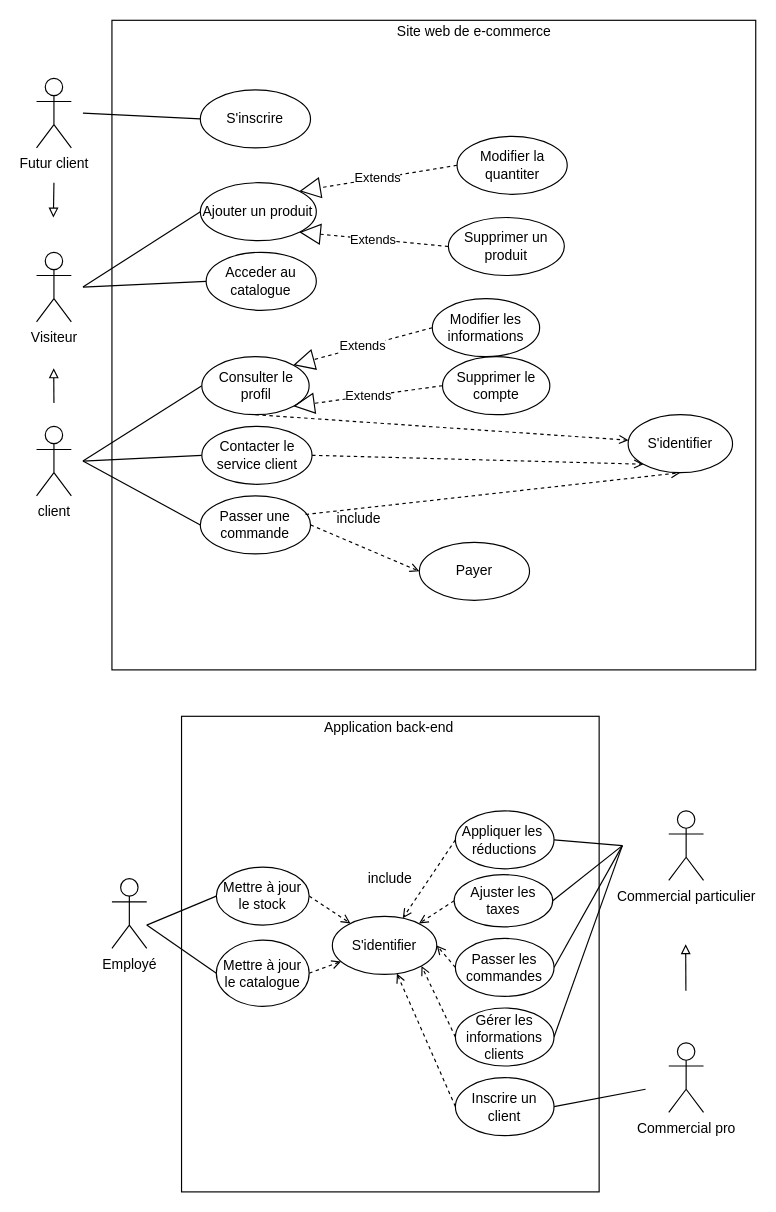
The draw.io diagram DOCS/UML/DrawIO/1 - UseCaseDiagram.drawio in anaviktoriv/CDA_20046-1, before the edit. Source tidied: cells renumbered, new cells numbered last; positions are measured from the earlier drawing's top-left corner, leaving out a move shared by most shapes. Both pictures are drawn from the tidied source at 116%, with x=0, y=0 at pixel (36, 20).
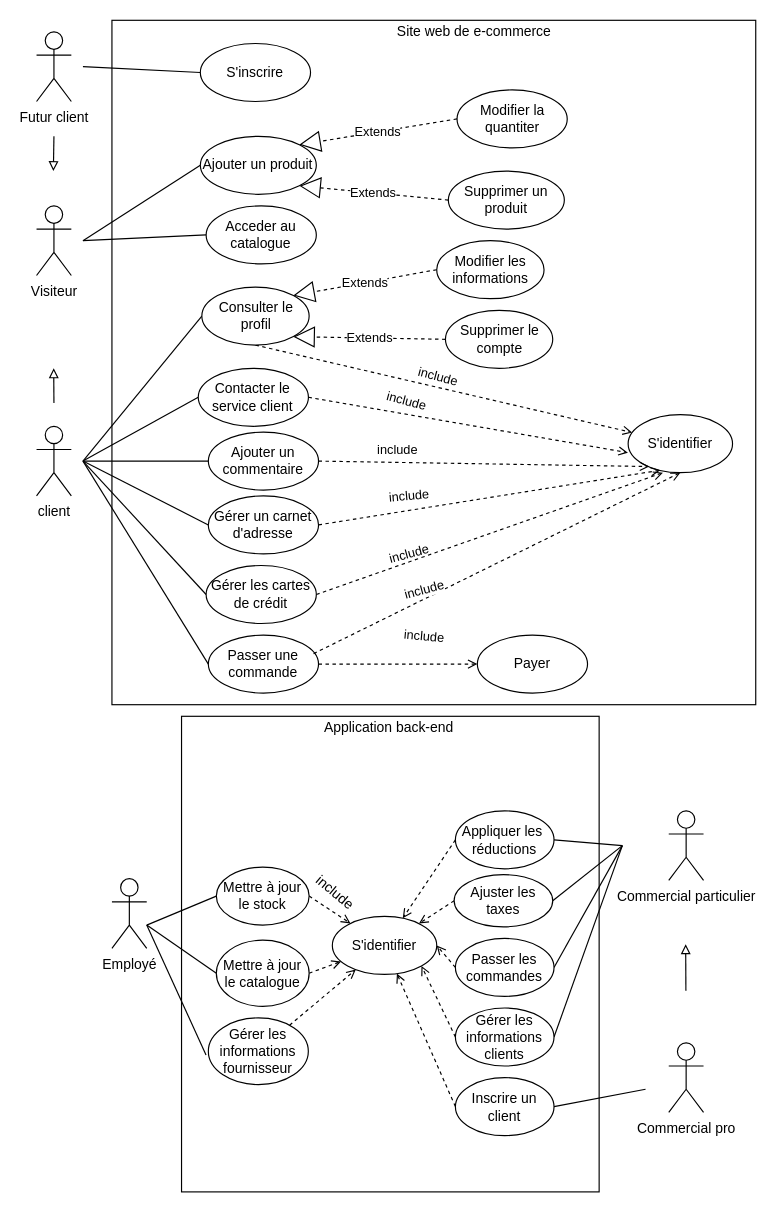
The same diagram, later.

Commit message:
[UML] Modification de Use Case Diagram

- Ajout
	- Gestion des cartes de crédit
	- Gestion des adresse
	- Ajout Commentaire
	- Gestion des fournisseurs

Unchanged cells that the change refers to:
```xml
<mxCell id="52" style="edgeStyle=none;rounded=0;jettySize=auto;html=1;exitX=0.955;exitY=0.32;exitDx=0;exitDy=0;entryX=0.5;entryY=1;entryDx=0;entryDy=0;dashed=1;endArrow=open;endFill=0;exitPerimeter=0;" parent="1" edge="1" source="51" target="64">
  <mxGeometry relative="1" as="geometry" />
</mxCell>
<mxCell id="62" value="S'identifier" style="ellipse;whiteSpace=wrap;html=1;" parent="1" vertex="1">
  <mxGeometry x="255" y="772.5" width="90" height="50" as="geometry" />
</mxCell>
<mxCell id="64" value="S'identifier" style="ellipse;whiteSpace=wrap;html=1;" parent="1" vertex="1">
  <mxGeometry x="510" y="340" width="90" height="50" as="geometry" />
</mxCell>
```

Diff of the diagram source:
```diff
@@
+    <mxCell id="65" style="rounded=0;jettySize=auto;html=1;entryX=0;entryY=0.5;entryDx=0;entryDy=0;endArrow=none;endFill=0;" parent="1" edge="1" target="77">
+      <mxGeometry relative="1" as="geometry">
+        <mxPoint x="40" y="380" as="sourcePoint" />
+      </mxGeometry>
+    </mxCell>
+    <mxCell id="66" style="rounded=0;jettySize=auto;html=1;entryX=0;entryY=0.5;entryDx=0;entryDy=0;endArrow=none;endFill=0;" parent="1" edge="1" target="83">
+      <mxGeometry relative="1" as="geometry">
+        <mxPoint x="40" y="380" as="sourcePoint" />
+      </mxGeometry>
+    </mxCell>
+    <mxCell id="67" style="edgeStyle=none;rounded=0;jettySize=auto;html=1;entryX=0;entryY=0.5;entryDx=0;entryDy=0;endArrow=none;endFill=0;" parent="1" edge="1" target="81">
+      <mxGeometry relative="1" as="geometry">
+        <mxPoint x="40" y="380" as="sourcePoint" />
+      </mxGeometry>
+    </mxCell>
@@
     <mxCell id="9" style="edgeStyle=none;rounded=0;jettySize=auto;html=1;entryX=0;entryY=0.5;entryDx=0;entryDy=0;endArrow=none;endFill=0;" parent="1" edge="1" target="39">
       <mxGeometry relative="1" as="geometry">
-        <mxPoint x="40" y="80" as="sourcePoint" />
+        <mxPoint x="40" y="40" as="sourcePoint" />
       </mxGeometry>
     </mxCell>
     <mxCell id="10" style="edgeStyle=none;rounded=0;jettySize=auto;html=1;entryX=0;entryY=0.5;entryDx=0;entryDy=0;endArrow=none;endFill=0;" parent="1" edge="1" target="37">
       <mxGeometry relative="1" as="geometry">
-        <mxPoint x="40" y="230" as="sourcePoint" />
+        <mxPoint x="40" y="190" as="sourcePoint" />
       </mxGeometry>
     </mxCell>
     <mxCell id="11" style="edgeStyle=none;rounded=0;jettySize=auto;html=1;entryX=0;entryY=0.5;entryDx=0;entryDy=0;endArrow=none;endFill=0;" parent="1" edge="1" target="38">
       <mxGeometry relative="1" as="geometry">
-        <mxPoint x="40" y="230" as="sourcePoint" />
+        <mxPoint x="40" y="190" as="sourcePoint" />
       </mxGeometry>
     </mxCell>
     <mxCell id="12" value="Visiteur&lt;br&gt;" style="shape=umlActor;verticalLabelPosition=bottom;labelBackgroundColor=#ffffff;verticalAlign=top;html=1;" parent="1" vertex="1">
-      <mxGeometry y="200" width="30" height="60" as="geometry" />
+      <mxGeometry y="160" width="30" height="60" as="geometry" />
     </mxCell>
     <mxCell id="13" value="Futur client" style="shape=umlActor;verticalLabelPosition=bottom;labelBackgroundColor=#ffffff;verticalAlign=top;html=1;" parent="1" vertex="1">
-      <mxGeometry y="50" width="30" height="60" as="geometry" />
+      <mxGeometry y="10" width="30" height="60" as="geometry" />
     </mxCell>
     <mxCell id="14" style="edgeStyle=none;rounded=0;orthogonalLoop=1;jettySize=auto;html=1;endArrow=block;endFill=0;" parent="1" edge="1">
       <mxGeometry relative="1" as="geometry">
-        <mxPoint x="15" y="140" as="sourcePoint" />
-        <mxPoint x="14.5" y="170" as="targetPoint" />
+        <mxPoint x="15" y="100" as="sourcePoint" />
+        <mxPoint x="14.5" y="130" as="targetPoint" />
       </mxGeometry>
     </mxCell>
@@
+    <mxCell id="68" style="edgeStyle=none;rounded=0;jettySize=auto;html=1;endArrow=none;endFill=0;entryX=-0.023;entryY=0.555;entryDx=0;entryDy=0;entryPerimeter=0;" parent="1" edge="1" target="79">
+      <mxGeometry relative="1" as="geometry">
+        <mxPoint x="95" y="780" as="sourcePoint" />
+      </mxGeometry>
+    </mxCell>
@@
     <mxCell id="34" style="rounded=0;whiteSpace=wrap;html=1;fillColor=none;" parent="1" vertex="1">
-      <mxGeometry x="65" width="555" height="560" as="geometry" />
+      <mxGeometry x="65" width="555" height="590" as="geometry" />
     </mxCell>
@@
     <mxCell id="36" value="Supprimer un produit" style="ellipse;whiteSpace=wrap;html=1;" parent="1" vertex="1">
-      <mxGeometry x="355" y="170" width="100" height="50" as="geometry" />
+      <mxGeometry x="355" y="130" width="100" height="50" as="geometry" />
     </mxCell>
     <mxCell id="37" value="Ajouter un produit" style="ellipse;whiteSpace=wrap;html=1;" parent="1" vertex="1">
-      <mxGeometry x="141.2" y="140" width="100" height="50" as="geometry" />
+      <mxGeometry x="141.2" y="100" width="100" height="50" as="geometry" />
     </mxCell>
     <mxCell id="38" value="Acceder au catalogue" style="ellipse;whiteSpace=wrap;html=1;" parent="1" vertex="1">
-      <mxGeometry x="146.2" y="200" width="95" height="50" as="geometry" />
+      <mxGeometry x="146.2" y="160" width="95" height="50" as="geometry" />
     </mxCell>
     <mxCell id="39" value="S'inscrire" style="ellipse;whiteSpace=wrap;html=1;" parent="1" vertex="1">
-      <mxGeometry x="141.2" y="60" width="95" height="50" as="geometry" />
+      <mxGeometry x="141.2" y="20" width="95" height="50" as="geometry" />
     </mxCell>
-    <mxCell id="40" style="edgeStyle=none;rounded=0;jettySize=auto;html=1;exitX=1;exitY=0.5;exitDx=0;exitDy=0;entryX=0;entryY=1;entryDx=0;entryDy=0;dashed=1;endArrow=open;endFill=0;" parent="1" edge="1" source="41" target="64">
+    <mxCell id="40" style="edgeStyle=none;rounded=0;jettySize=auto;html=1;exitX=1;exitY=0.5;exitDx=0;exitDy=0;entryX=-0.002;entryY=0.654;entryDx=0;entryDy=0;dashed=1;endArrow=open;endFill=0;entryPerimeter=0;" parent="1" edge="1" source="41" target="64">
       <mxGeometry relative="1" as="geometry" />
     </mxCell>
+    <mxCell id="69" value="include" style="edgeLabel;html=1;align=center;verticalAlign=middle;rotation=15;" parent="40" vertex="1">
+      <mxGeometry x="-0.39" relative="1" as="geometry">
+        <mxPoint y="-12.3" as="offset" />
+      </mxGeometry>
+    </mxCell>
+    <mxCell id="70" value="include" style="edgeLabel;html=1;align=center;verticalAlign=middle;rotation=15;" parent="40" vertex="1">
+      <mxGeometry x="-0.39" relative="1" as="geometry">
+        <mxPoint x="27.1" y="-32.7" as="offset" />
+      </mxGeometry>
+    </mxCell>
     <mxCell id="41" value="Contacter le service client" style="ellipse;whiteSpace=wrap;html=1;" parent="1" vertex="1">
-      <mxGeometry x="142.5" y="350" width="95" height="50" as="geometry" />
+      <mxGeometry x="139.4" y="300" width="95" height="50" as="geometry" />
     </mxCell>
@@
     <mxCell id="43" value="Consulter le profil" style="ellipse;whiteSpace=wrap;html=1;" parent="1" vertex="1">
-      <mxGeometry x="142.5" y="290" width="92.5" height="50" as="geometry" />
+      <mxGeometry x="142.5" y="230" width="92.5" height="50" as="geometry" />
     </mxCell>
     <mxCell id="44" value="Modifier la quantiter" style="ellipse;whiteSpace=wrap;html=1;" parent="1" vertex="1">
-      <mxGeometry x="362.5" y="100" width="95" height="50" as="geometry" />
+      <mxGeometry x="362.5" y="60" width="95" height="50" as="geometry" />
     </mxCell>
     <mxCell id="45" value="Modifier les informations" style="ellipse;whiteSpace=wrap;html=1;" parent="1" vertex="1">
-      <mxGeometry x="341.2" y="240" width="92.5" height="50" as="geometry" />
+      <mxGeometry x="345" y="190" width="92.5" height="50" as="geometry" />
     </mxCell>
     <mxCell id="46" value="Supprimer le compte" style="ellipse;whiteSpace=wrap;html=1;" parent="1" vertex="1">
-      <mxGeometry x="350" y="290" width="92.5" height="50" as="geometry" />
+      <mxGeometry x="352.5" y="250" width="92.5" height="50" as="geometry" />
     </mxCell>
@@
     <mxCell id="51" value="Passer une commande" style="ellipse;whiteSpace=wrap;html=1;" parent="1" vertex="1">
-      <mxGeometry x="141.2" y="410" width="95" height="50" as="geometry" />
+      <mxGeometry x="148.1" y="530" width="95" height="50" as="geometry" />
     </mxCell>
@@
+    <mxCell id="71" value="&lt;div&gt;include&lt;/div&gt;" style="edgeLabel;html=1;align=center;verticalAlign=middle;rotation=-15;" parent="52" vertex="1">
+      <mxGeometry x="-0.35" y="1" relative="1" as="geometry">
+        <mxPoint x="-8" y="-4" as="offset" />
+      </mxGeometry>
+    </mxCell>
+    <mxCell id="72" value="&lt;div&gt;include&lt;/div&gt;" style="edgeLabel;html=1;align=center;verticalAlign=middle;rotation=5;" parent="52" vertex="1">
+      <mxGeometry x="-0.35" y="1" relative="1" as="geometry">
+        <mxPoint x="-8" y="36.1" as="offset" />
+      </mxGeometry>
+    </mxCell>
+    <mxCell id="73" value="&lt;div&gt;include&lt;/div&gt;" style="edgeLabel;html=1;align=center;verticalAlign=middle;rotation=-5;" parent="52" vertex="1">
+      <mxGeometry x="-0.35" y="1" relative="1" as="geometry">
+        <mxPoint x="-20.9" y="-84.5" as="offset" />
+      </mxGeometry>
+    </mxCell>
+    <mxCell id="74" value="&lt;div&gt;include&lt;/div&gt;" style="edgeLabel;html=1;align=center;verticalAlign=middle;rotation=0;" parent="52" vertex="1">
+      <mxGeometry x="-0.35" y="1" relative="1" as="geometry">
+        <mxPoint x="-30.9" y="-124.5" as="offset" />
+      </mxGeometry>
+    </mxCell>
+    <mxCell id="75" value="&lt;div&gt;include&lt;/div&gt;" style="edgeLabel;html=1;align=center;verticalAlign=middle;rotation=-15;" parent="52" vertex="1">
+      <mxGeometry x="-0.35" y="1" relative="1" as="geometry">
+        <mxPoint x="-20.9" y="-34.5" as="offset" />
+      </mxGeometry>
+    </mxCell>
     <mxCell id="53" value="Payer" style="ellipse;whiteSpace=wrap;html=1;" parent="1" vertex="1">
-      <mxGeometry x="330" y="450" width="95" height="50" as="geometry" />
+      <mxGeometry x="380" y="530" width="95" height="50" as="geometry" />
     </mxCell>
-    <mxCell id="54" value="include" style="text;html=1;strokeColor=none;fillColor=none;align=center;verticalAlign=middle;whiteSpace=wrap;rounded=0;" parent="1" vertex="1">
-      <mxGeometry x="258.1" y="420" width="40" height="20" as="geometry" />
-    </mxCell>
@@
-    <mxCell id="63" value="include" style="text;html=1;strokeColor=none;fillColor=none;align=center;verticalAlign=middle;whiteSpace=wrap;rounded=0;" parent="1" vertex="1">
-      <mxGeometry x="285" y="730" width="40" height="20" as="geometry" />
+    <mxCell id="63" value="include" style="text;html=1;strokeColor=none;fillColor=none;align=center;verticalAlign=middle;whiteSpace=wrap;rounded=0;rotation=40;" parent="1" vertex="1">
+      <mxGeometry x="237.5" y="741.5" width="40" height="20" as="geometry" />
     </mxCell>
@@
+    <mxCell id="76" style="edgeStyle=none;rounded=0;jettySize=auto;html=1;exitX=1;exitY=0.5;exitDx=0;exitDy=0;entryX=0.308;entryY=0.957;entryDx=0;entryDy=0;entryPerimeter=0;endArrow=open;endFill=0;dashed=1;" parent="1" edge="1" source="77" target="64">
+      <mxGeometry relative="1" as="geometry" />
+    </mxCell>
+    <mxCell id="77" value="Gérer un carnet d'adresse" style="ellipse;whiteSpace=wrap;html=1;" parent="1" vertex="1">
+      <mxGeometry x="148.1" y="410" width="95" height="50" as="geometry" />
+    </mxCell>
+    <mxCell id="78" style="edgeStyle=none;rounded=0;jettySize=auto;html=1;endArrow=open;endFill=0;dashed=1;" parent="1" edge="1" source="79" target="62">
+      <mxGeometry relative="1" as="geometry" />
+    </mxCell>
+    <mxCell id="79" value="Gérer les informations fournisseur" style="ellipse;whiteSpace=wrap;html=1;" parent="1" vertex="1">
+      <mxGeometry x="148.1" y="860" width="86.2" height="57.5" as="geometry" />
+    </mxCell>
+    <mxCell id="80" style="edgeStyle=none;rounded=0;jettySize=auto;html=1;exitX=1;exitY=0.5;exitDx=0;exitDy=0;entryX=0.333;entryY=1;entryDx=0;entryDy=0;entryPerimeter=0;dashed=1;endArrow=open;endFill=0;" parent="1" edge="1" source="81" target="64">
+      <mxGeometry relative="1" as="geometry" />
+    </mxCell>
+    <mxCell id="81" value="Gérer les cartes de crédit" style="ellipse;whiteSpace=wrap;html=1;" parent="1" vertex="1">
+      <mxGeometry x="146.2" y="470" width="95" height="50" as="geometry" />
+    </mxCell>
+    <mxCell id="82" style="edgeStyle=none;rounded=0;jettySize=auto;html=1;exitX=1;exitY=0.5;exitDx=0;exitDy=0;entryX=0.202;entryY=0.894;entryDx=0;entryDy=0;entryPerimeter=0;endArrow=open;endFill=0;dashed=1;" parent="1" edge="1" source="83" target="64">
+      <mxGeometry relative="1" as="geometry" />
+    </mxCell>
+    <mxCell id="83" value="Ajouter un commentaire" style="ellipse;whiteSpace=wrap;html=1;" parent="1" vertex="1">
+      <mxGeometry x="148.1" y="355" width="95" height="50" as="geometry" />
+    </mxCell>
```
